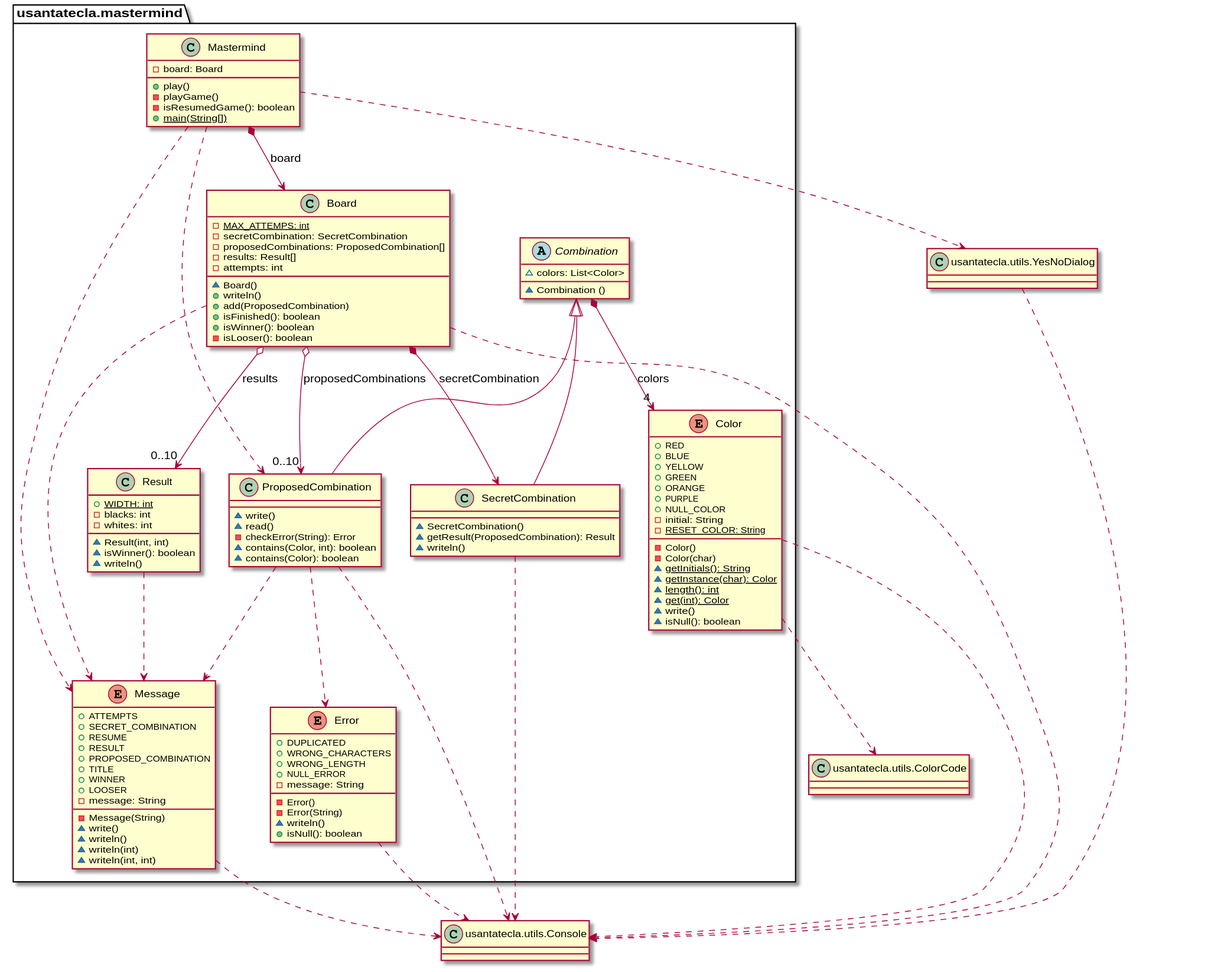
The PlantUML diagram domainModel/docs/diagrams/out/paquetes/mastermind.svg in SantaTecla-mastermind/solution.java.swing.socket.sql, before a commit.
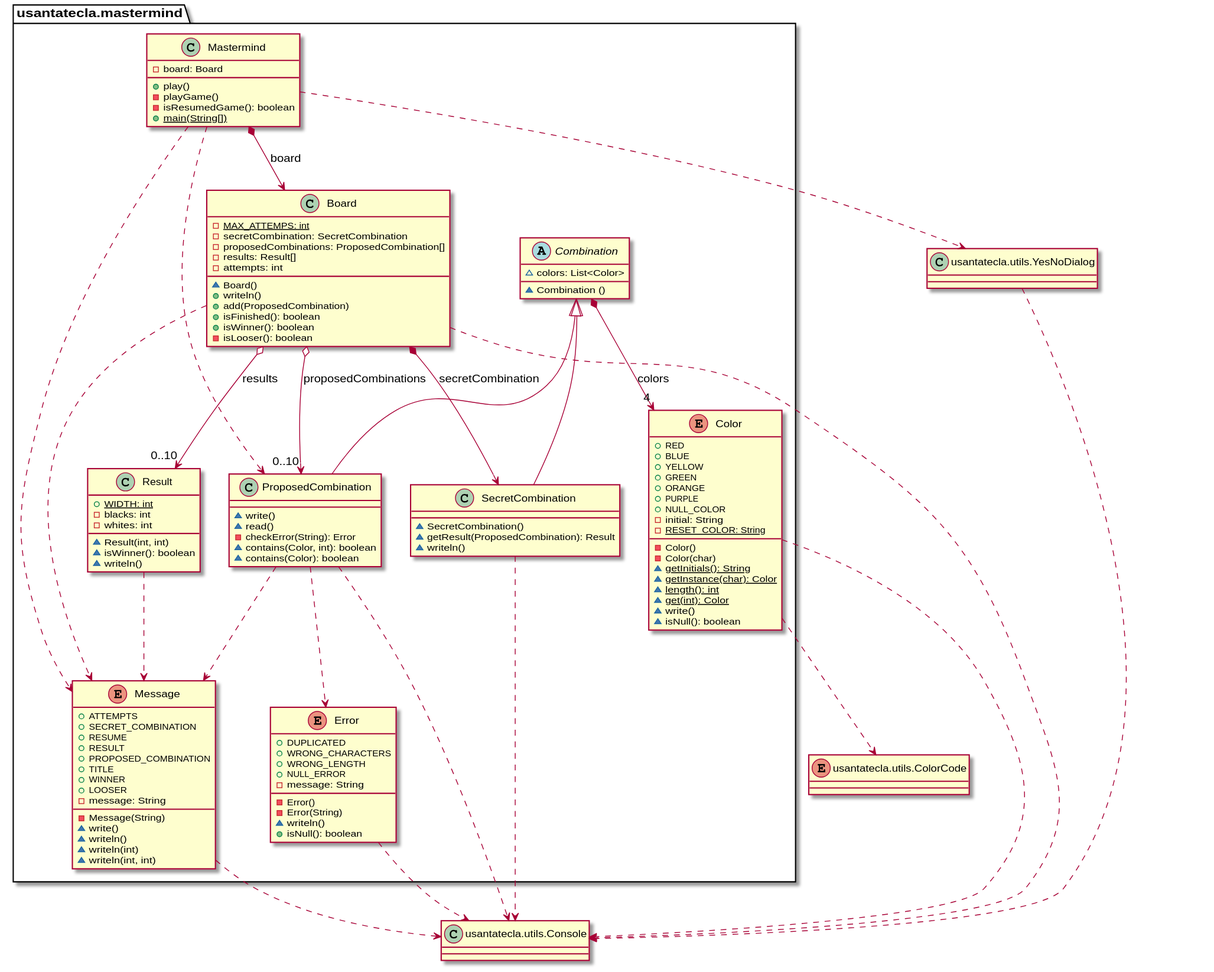
After the change.

Commit message:
Errors fixed in domainModel diagrams

Diff of the diagram source:
```diff
@@ -132,7 +132,7 @@
 
 }
 
-class ColorCode as "usantatecla.utils.ColorCode" {
+enum ColorCode as "usantatecla.utils.ColorCode" {
 
 }
 
```
